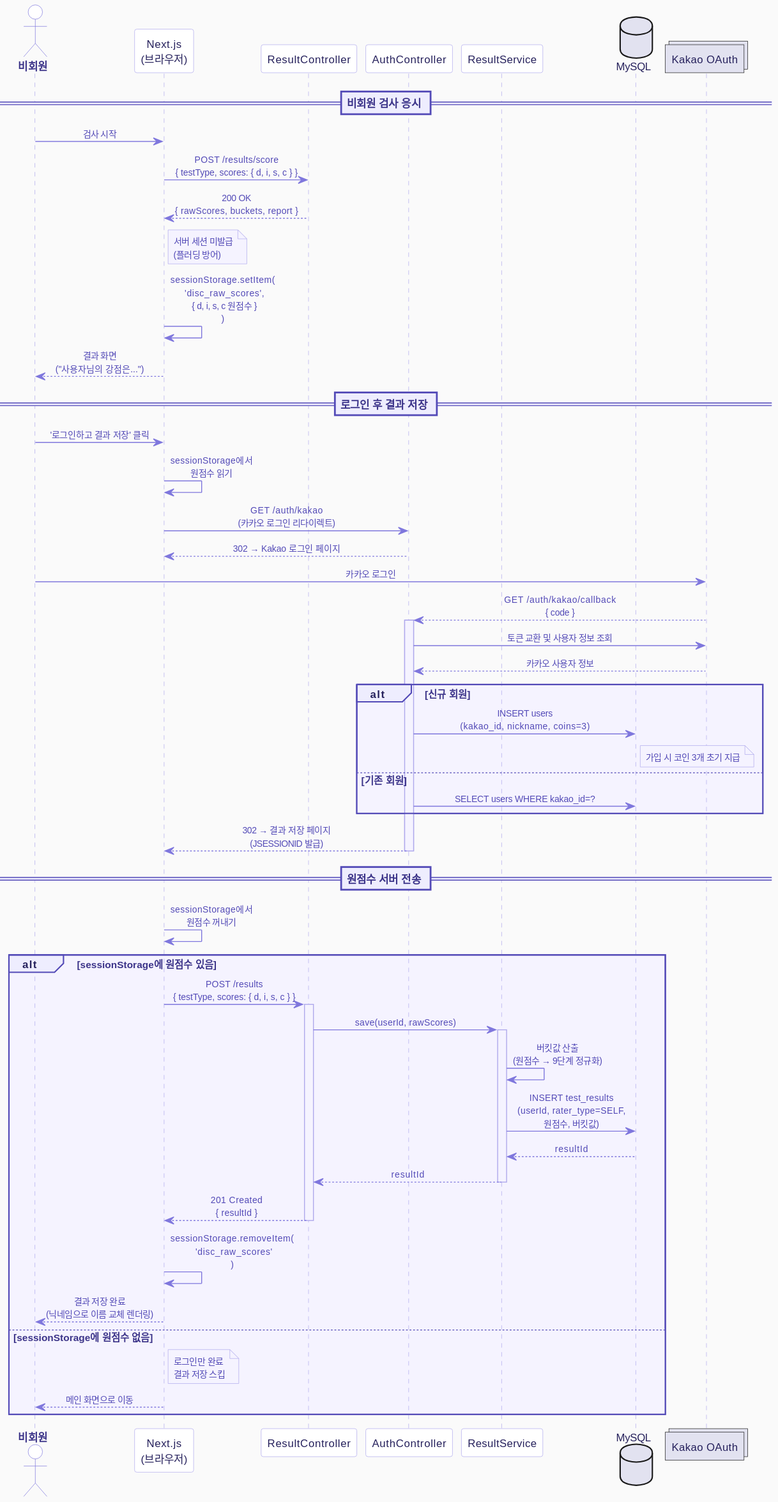
This is docs/images/MyCPT_Sequence_GuestToMember.svg from Yush1nk1m/MyCPT, a PlantUML export, as it was before one commit.
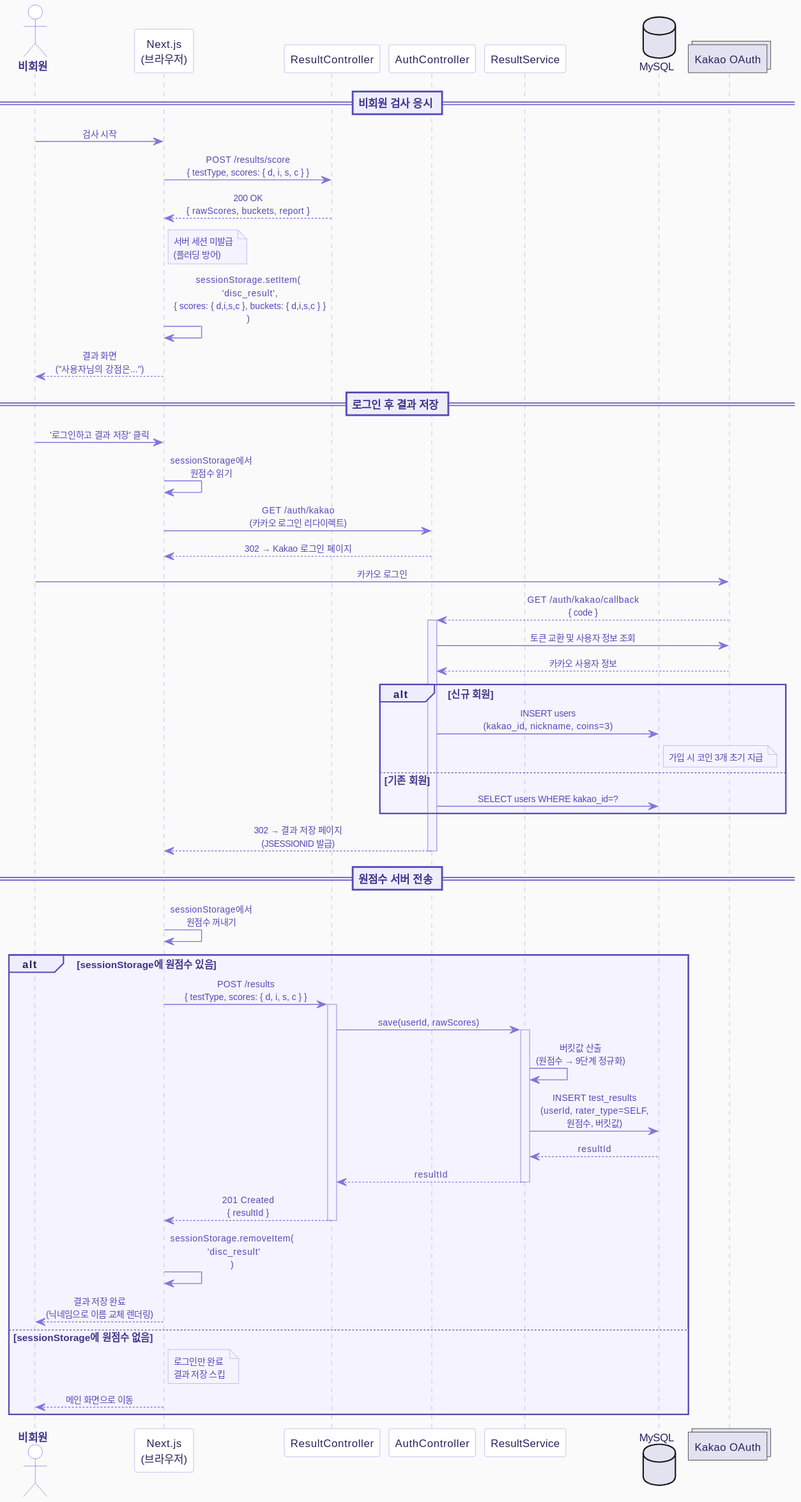
After the commit.

What changed in the source:
```diff
@@ -62,7 +62,7 @@
   (플러딩 방어)
 end note
 
-Client -> Client : sessionStorage.setItem(\n  'disc_raw_scores',\n  { d, i, s, c 원점수 }\n)
+Client -> Client : sessionStorage.setItem(\n  'disc_result',\n  { scores: { d,i,s,c }, buckets: { d,i,s,c } }\n)
 
 Client --> Guest : 결과 화면\n("사용자님의 강점은...")
 
@@ -112,7 +112,7 @@
   ResultCtrl --> Client : 201 Created\n{ resultId }
   deactivate ResultCtrl
 
-  Client -> Client : sessionStorage.removeItem(\n  'disc_raw_scores'\n)
+  Client -> Client : sessionStorage.removeItem(\n  'disc_result'\n)
   Client --> Guest : 결과 저장 완료\n(닉네임으로 이름 교체 렌더링)
 
 else sessionStorage에 원점수 없음
```
